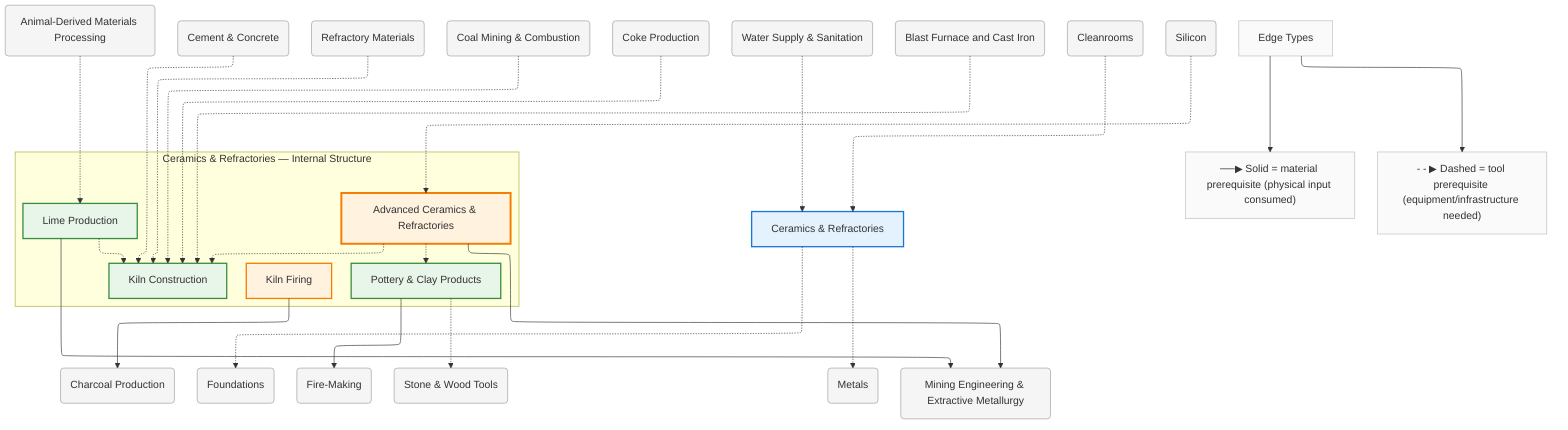
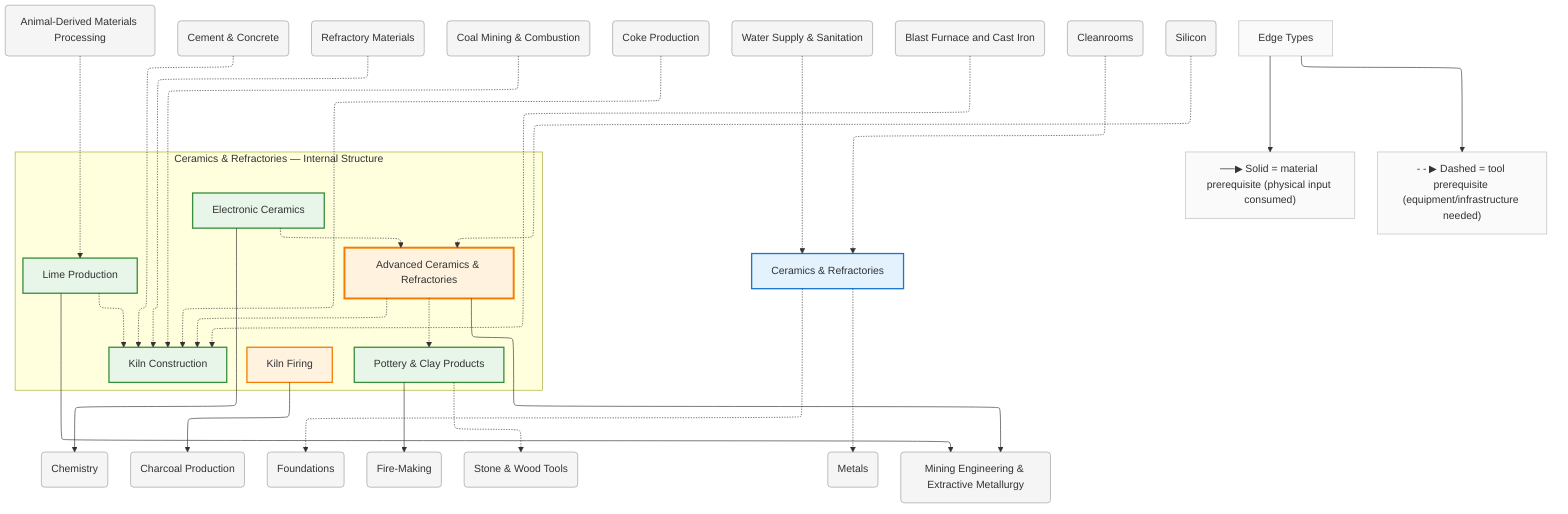
%%{init: {"flowchart": {"defaultRenderer": "elk", "htmlLabels": true}}}%%
graph TD
    %% Domain: Ceramics & Refractories

    %% ==================== INTERNAL NODES ====================
    subgraph ceramics_internal ["Ceramics & Refractories — Internal Structure"]
        direction TB
        ceramics_pottery["Pottery & Clay Products"]
        ceramics_pottery_kiln-firing["Kiln Firing"]
        ceramics_kilns["Kiln Construction"]
        ceramics_lime["Lime Production"]
        ceramics_advanced-ceramics["Advanced Ceramics & Refractories"]
+         ceramics_electronic-ceramics["Electronic Ceramics"]
    end

    %% ==================== DOMAIN NODE ====================
    ceramics["Ceramics & Refractories"]

    %% ==================== EXTERNAL DEPENDENCIES ====================
    animals_animal-materials("Animal-Derived Materials Processing")
+     chemistry("Chemistry")
    chemistry_cement("Cement & Concrete")
    chemistry_refractories("Refractory Materials")
    energy_fuels_charcoal("Charcoal Production")
    energy_fuels_coal("Coal Mining & Combustion")
    energy_fuels_coke("Coke Production")
    foundations("Foundations")
    foundations_fire("Fire-Making")
    foundations_tools-basic("Stone & Wood Tools")
    health_sanitation("Water Supply & Sanitation")
    metals("Metals")
    metals_iron-steel_blast-furnace("Blast Furnace and Cast Iron")
    mining("Mining Engineering & Extractive Metallurgy")
    photolithography_cleanrooms("Cleanrooms")
    silicon("Silicon")

    %% ==================== EDGES ====================
    ceramics_lime -.-> ceramics_kilns
    ceramics_advanced-ceramics -.-> ceramics_pottery
    ceramics_advanced-ceramics -.-> ceramics_kilns
+     ceramics_electronic-ceramics -.-> ceramics_advanced-ceramics
    energy_fuels_coal -.-> ceramics_kilns
    energy_fuels_coke -.-> ceramics_kilns
    chemistry_cement -.-> ceramics_kilns
    photolithography_cleanrooms -.-> ceramics
    ceramics -.-> foundations
    ceramics -.-> metals
    ceramics_pottery_kiln-firing --> energy_fuels_charcoal
    ceramics_pottery --> foundations_fire
    ceramics_pottery -.-> foundations_tools-basic
    health_sanitation -.-> ceramics
    ceramics_lime --> mining
    ceramics_advanced-ceramics --> mining
    silicon -.-> ceramics_advanced-ceramics
+     ceramics_electronic-ceramics --> chemistry
    metals_iron-steel_blast-furnace -.-> ceramics_kilns
    chemistry_refractories -.-> ceramics_kilns
    animals_animal-materials -.-> ceramics_lime

    %% ==================== EDGE TYPE LEGEND ====================
    EdgeLegend["Edge Types"]
    EdgeLegend --> MatNote["──▶ Solid = material prerequisite (physical input consumed)"]
    EdgeLegend --> ToolNote["- - ▶ Dashed = tool prerequisite (equipment/infrastructure needed)"]

    %% ==================== STYLING ====================
    classDef domain fill:#e3f2fd,stroke:#1976d2,stroke-width:2px
    classDef capability fill:#e8f5e9,stroke:#388e3c,stroke-width:2px
    classDef process fill:#fff3e0,stroke:#f57c00,stroke-width:2px
    classDef critical fill:#fff3e0,stroke:#f57c00,stroke-width:3px
    classDef earlyWin fill:#e8f5e9,stroke:#388e3c,stroke-width:3px
    classDef pinnacle fill:#fce4ec,stroke:#c62828,stroke-width:3px
    classDef external fill:#f5f5f5,stroke:#9e9e9e,stroke-width:1px
    classDef legend fill:#fafafa,stroke:#bdbdbd,stroke-width:1px
    class ceramics domain
    class ceramics_pottery capability
    class ceramics_pottery_kiln-firing process
    class ceramics_kilns capability
    class ceramics_lime capability
    class ceramics_advanced-ceramics critical
+     class ceramics_electronic-ceramics capability
    class animals_animal-materials external
+     class chemistry external
    class chemistry_cement external
    class chemistry_refractories external
    class energy_fuels_charcoal external
    class energy_fuels_coal external
    class energy_fuels_coke external
    class foundations external
    class foundations_fire external
    class foundations_tools-basic external
    class health_sanitation external
    class metals external
    class metals_iron-steel_blast-furnace external
    class mining external
    class photolithography_cleanrooms external
    class silicon external
    class EdgeLegend,MatNote,ToolNote legend
